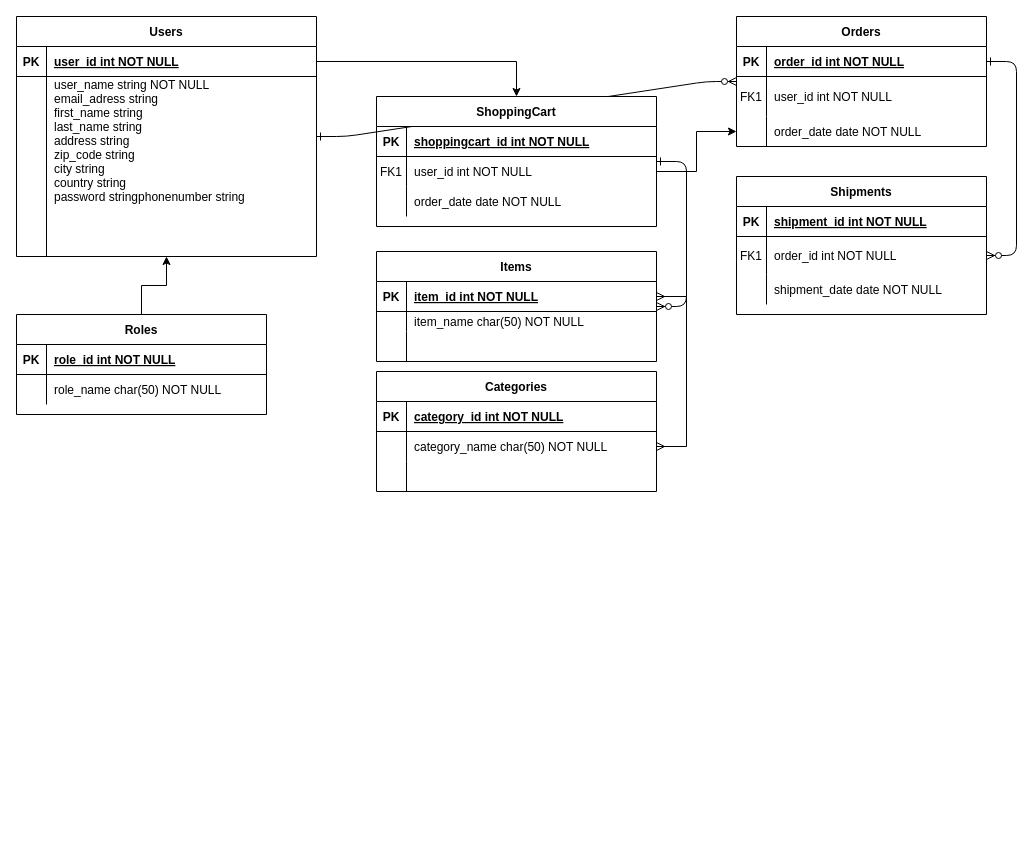
Before: Database Diagram.drawio in Saravasha/Lexicon_Project_Webshop_G10_G2, a draw.io diagram. Source tidied: cells renumbered, new cells numbered last; positions are measured from the earlier drawing's top-left corner, leaving out a move shared by most shapes. Both pictures are drawn from the tidied source at 100%, with x=0, y=0 at pixel (16, 16).
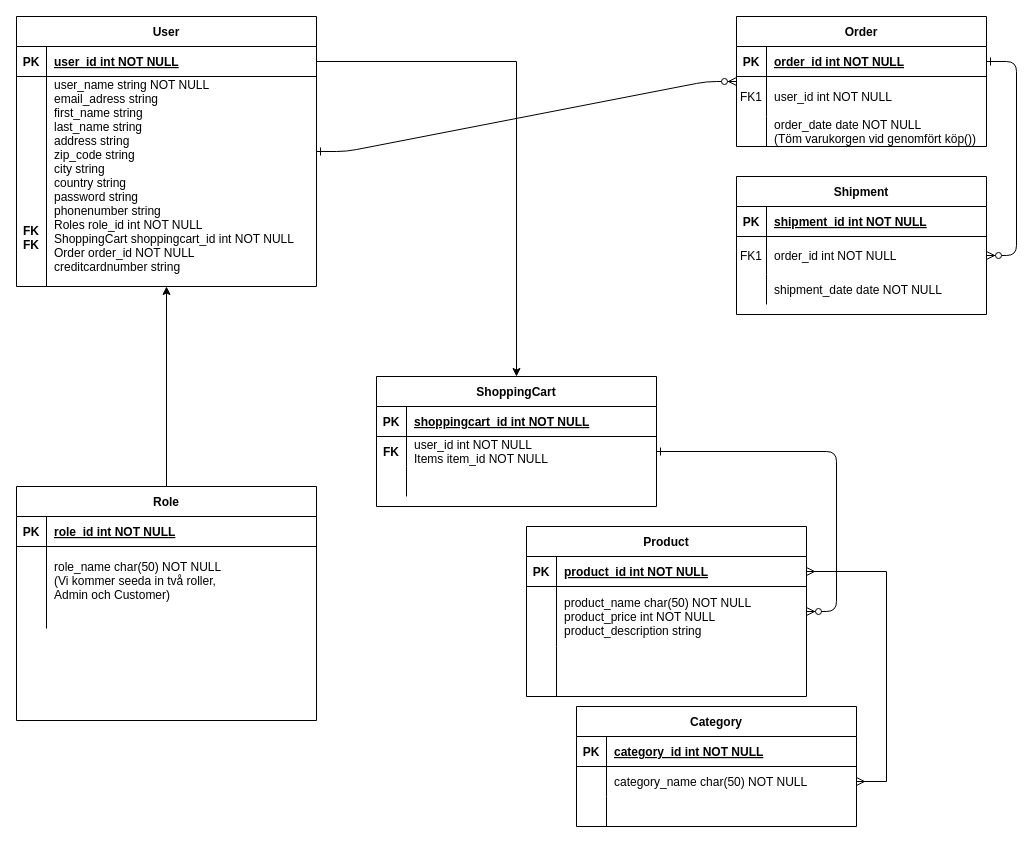
The same diagram, later.

Unchanged cells that the change refers to:
```xml
<mxCell id="11" style="shape=partialRectangle;fillColor=none;points=[[0,0.5],[1,0.5]];portConstraint=eastwest;top=0;left=0;right=0;bottom=0;" parent="4" vertex="1">
  <mxGeometry y="100" width="250" height="30" as="geometry" />
</mxCell>
<mxCell id="43" style="shape=partialRectangle;fillColor=none;points=[[0,0.5],[1,0.5]];portConstraint=eastwest;top=0;left=0;right=0;bottom=0;" parent="39" vertex="1">
  <mxGeometry y="60" width="280" height="30" as="geometry" />
</mxCell>
<mxCell id="46" style="shape=partialRectangle;fillColor=none;top=0;left=0;right=0;bottom=0;" parent="39" vertex="1">
  <mxGeometry y="90" width="280" height="30" as="geometry" />
</mxCell>
<mxCell id="50" style="shape=partialRectangle;fillColor=none;points=[[0,0.5],[1,0.5]];portConstraint=eastwest;top=0;left=0;right=0;bottom=1;" parent="49" vertex="1">
  <mxGeometry y="30" width="280" height="30" as="geometry" />
</mxCell>
```

What changed in the source:
```diff
@@
-    <mxCell id="4" value="Orders" style="shape=table;startSize=30;childLayout=tableLayout;rowLines=0;fontStyle=1;align=center;" parent="1" vertex="1">
+    <mxCell id="4" value="Order" style="shape=table;startSize=30;childLayout=tableLayout;rowLines=0;fontStyle=1;align=center;" parent="1" vertex="1">
       <mxGeometry x="720" width="250" height="130" as="geometry" />
     </mxCell>
@@
-    <mxCell id="13" value="order_date date NOT NULL" style="shape=partialRectangle;overflow=hidden;fillColor=none;top=0;left=0;bottom=0;right=0;align=left;spacingLeft=6;" parent="11" vertex="1">
+    <mxCell id="13" value="order_date date NOT NULL&#10;(Töm varukorgen vid genomfört köp())&#10;" style="shape=partialRectangle;overflow=hidden;fillColor=none;top=0;left=0;bottom=0;right=0;align=left;spacingLeft=6;" parent="11" vertex="1">
       <mxGeometry x="30" width="220" height="30" as="geometry" />
     </mxCell>
-    <mxCell id="14" value="Shipments" style="shape=table;startSize=30;childLayout=tableLayout;rowLines=0;fontStyle=1;align=center;" parent="1" vertex="1">
+    <mxCell id="14" value="Shipment" style="shape=table;startSize=30;childLayout=tableLayout;rowLines=0;fontStyle=1;align=center;" parent="1" vertex="1">
       <mxGeometry x="720" y="160" width="250" height="138" as="geometry" />
     </mxCell>
@@
-    <mxCell id="24" value="Users" style="shape=table;startSize=30;childLayout=tableLayout;rowLines=0;fontStyle=1;align=center;" parent="1" vertex="1">
-      <mxGeometry width="300" height="240" as="geometry" />
+    <mxCell id="24" value="User" style="shape=table;startSize=30;childLayout=tableLayout;rowLines=0;fontStyle=1;align=center;" parent="1" vertex="1">
+      <mxGeometry width="300" height="270" as="geometry" />
     </mxCell>
@@
     <mxCell id="28" style="shape=partialRectangle;fillColor=none;top=0;left=0;right=0;bottom=0;" parent="24" vertex="1">
-      <mxGeometry y="60" width="300" height="180" as="geometry" />
+      <mxGeometry y="60" width="300" height="210" as="geometry" />
     </mxCell>
-    <mxCell id="29" style="shape=partialRectangle;overflow=hidden;fillColor=none;top=0;left=0;bottom=0;right=0;" parent="28" vertex="1">
-      <mxGeometry width="30" height="180" as="geometry" />
+    <mxCell id="29" value="&#10;&#10;&#10;&#10;&#10;&#10;&#10;&#10;&#10;FK&#10;FK&#10;" style="shape=partialRectangle;overflow=hidden;fillColor=none;top=0;left=0;bottom=0;right=0;fontStyle=1;" parent="28" vertex="1">
+      <mxGeometry width="30" height="210" as="geometry" />
     </mxCell>
-    <mxCell id="30" value="user_name string NOT NULL&#10;email_adress string&#10;first_name string&#10;last_name string&#10;address string&#10;zip_code string&#10;city string&#10;country string&#10;password stringphonenumber string&#10;&#10;&#10;&#10;&#10;" style="shape=partialRectangle;overflow=hidden;fillColor=none;top=0;left=0;bottom=0;right=0;align=left;spacingLeft=6;" parent="28" vertex="1">
-      <mxGeometry x="30" width="270" height="180" as="geometry" />
+    <mxCell id="30" value="user_name string NOT NULL&#10;email_adress string&#10;first_name string&#10;last_name string&#10;address string&#10;zip_code string&#10;city string&#10;country string&#10;password string&#10;phonenumber string&#10;Roles role_id int NOT NULL&#10;ShoppingCart shoppingcart_id int NOT NULL&#10;Order order_id NOT NULL&#10;creditcardnumber string&#10;&#10;&#10;&#10;&#10;" style="shape=partialRectangle;overflow=hidden;fillColor=none;top=0;left=0;bottom=0;right=0;align=left;spacingLeft=6;" parent="28" vertex="1">
+      <mxGeometry x="30" width="270" height="210" as="geometry" />
     </mxCell>
@@
-    <mxCell id="32" value="Roles" style="shape=table;startSize=30;childLayout=tableLayout;rowLines=0;fontStyle=1;align=center;" parent="1" vertex="1">
-      <mxGeometry y="298" width="250" height="100" as="geometry" />
+    <mxCell id="32" value="Role" style="shape=table;startSize=30;childLayout=tableLayout;rowLines=0;fontStyle=1;align=center;" parent="1" vertex="1">
+      <mxGeometry y="470" width="300" height="234" as="geometry" />
     </mxCell>
     <mxCell id="33" style="shape=partialRectangle;fillColor=none;top=0;left=0;right=0;bottom=1;" parent="32" vertex="1">
-      <mxGeometry y="30" width="250" height="30" as="geometry" />
+      <mxGeometry y="30" width="300" height="30" as="geometry" />
     </mxCell>
@@
     <mxCell id="35" value="role_id int NOT NULL " style="shape=partialRectangle;overflow=hidden;fillColor=none;top=0;left=0;bottom=0;right=0;align=left;spacingLeft=6;fontStyle=5;" parent="33" vertex="1">
-      <mxGeometry x="30" width="220" height="30" as="geometry" />
+      <mxGeometry x="30" width="270" height="30" as="geometry" />
     </mxCell>
     <mxCell id="36" style="shape=partialRectangle;fillColor=none;top=0;left=0;right=0;bottom=0;" parent="32" vertex="1">
-      <mxGeometry y="60" width="250" height="30" as="geometry" />
+      <mxGeometry y="60" width="300" height="82" as="geometry" />
     </mxCell>
     <mxCell id="37" style="shape=partialRectangle;overflow=hidden;fillColor=none;top=0;left=0;bottom=0;right=0;" parent="36" vertex="1">
-      <mxGeometry width="30" height="30" as="geometry" />
+      <mxGeometry width="30" height="82" as="geometry" />
     </mxCell>
-    <mxCell id="38" value="role_name char(50) NOT NULL" style="shape=partialRectangle;overflow=hidden;fillColor=none;top=0;left=0;bottom=0;right=0;align=left;spacingLeft=6;" parent="36" vertex="1">
-      <mxGeometry x="30" width="220" height="30" as="geometry" />
+    <mxCell id="38" value="role_name char(50) NOT NULL&#10;(Vi kommer seeda in två roller, &#10;Admin och Customer)&#10;" style="shape=partialRectangle;overflow=hidden;fillColor=none;top=0;left=0;bottom=0;right=0;align=left;spacingLeft=6;" parent="36" vertex="1">
+      <mxGeometry x="30" width="270" height="82" as="geometry" />
     </mxCell>
     <mxCell id="39" value="ShoppingCart" style="shape=table;startSize=30;childLayout=tableLayout;rowLines=0;fontStyle=1;align=center;" parent="1" vertex="1">
-      <mxGeometry x="360" y="80" width="280" height="130" as="geometry" />
+      <mxGeometry x="360" y="360" width="280" height="130" as="geometry" />
     </mxCell>
@@
-    <mxCell id="44" value="FK1" style="shape=partialRectangle;overflow=hidden;fillColor=none;top=0;left=0;bottom=0;right=0;" parent="43" vertex="1">
+    <mxCell id="44" value="FK" style="shape=partialRectangle;overflow=hidden;fillColor=none;top=0;left=0;bottom=0;right=0;fontStyle=1;" parent="43" vertex="1">
       <mxGeometry width="30" height="30" as="geometry" />
     </mxCell>
-    <mxCell id="45" value="user_id int NOT NULL" style="shape=partialRectangle;overflow=hidden;fillColor=none;top=0;left=0;bottom=0;right=0;align=left;spacingLeft=6;" parent="43" vertex="1">
+    <mxCell id="45" value="user_id int NOT NULL&#10;Items item_id NOT NULL&#10;" style="shape=partialRectangle;overflow=hidden;fillColor=none;top=0;left=0;bottom=0;right=0;align=left;spacingLeft=6;" parent="43" vertex="1">
       <mxGeometry x="30" width="250" height="30" as="geometry" />
     </mxCell>
@@
-    <mxCell id="48" value="order_date date NOT NULL" style="shape=partialRectangle;overflow=hidden;fillColor=none;top=0;left=0;bottom=0;right=0;align=left;spacingLeft=6;" parent="46" vertex="1">
+    <mxCell id="48" style="shape=partialRectangle;overflow=hidden;fillColor=none;top=0;left=0;bottom=0;right=0;align=left;spacingLeft=6;" parent="46" vertex="1">
       <mxGeometry x="30" width="250" height="30" as="geometry" />
     </mxCell>
-    <mxCell id="49" value="Items" style="shape=table;startSize=30;childLayout=tableLayout;rowLines=0;fontStyle=1;align=center;" parent="1" vertex="1">
-      <mxGeometry x="360" y="235" width="280" height="110" as="geometry" />
+    <mxCell id="49" value="Product" style="shape=table;startSize=30;childLayout=tableLayout;rowLines=0;fontStyle=1;align=center;" parent="1" vertex="1">
+      <mxGeometry x="510" y="510" width="280" height="170" as="geometry" />
     </mxCell>
@@
-    <mxCell id="52" value="item_id int NOT NULL " style="shape=partialRectangle;overflow=hidden;fillColor=none;top=0;left=0;bottom=0;right=0;align=left;spacingLeft=6;fontStyle=5;" parent="50" vertex="1">
+    <mxCell id="52" value="product_id int NOT NULL " style="shape=partialRectangle;overflow=hidden;fillColor=none;top=0;left=0;bottom=0;right=0;align=left;spacingLeft=6;fontStyle=5;" parent="50" vertex="1">
       <mxGeometry x="30" width="250" height="30" as="geometry" />
     </mxCell>
     <mxCell id="53" style="shape=partialRectangle;fillColor=none;top=0;left=0;right=0;bottom=0;" parent="49" vertex="1">
-      <mxGeometry y="60" width="280" height="20" as="geometry" />
+      <mxGeometry y="60" width="280" height="60" as="geometry" />
     </mxCell>
     <mxCell id="54" style="shape=partialRectangle;overflow=hidden;fillColor=none;top=0;left=0;bottom=0;right=0;" parent="53" vertex="1">
-      <mxGeometry width="30" height="20" as="geometry" />
+      <mxGeometry width="30" height="60" as="geometry" />
     </mxCell>
-    <mxCell id="55" value="item_name char(50) NOT NULL" style="shape=partialRectangle;overflow=hidden;fillColor=none;top=0;left=0;bottom=0;right=0;align=left;spacingLeft=6;" parent="53" vertex="1">
-      <mxGeometry x="30" width="250" height="20" as="geometry" />
+    <mxCell id="55" value="product_name char(50) NOT NULL&#10;product_price int NOT NULL&#10;product_description string" style="shape=partialRectangle;overflow=hidden;fillColor=none;top=0;left=0;bottom=0;right=0;align=left;spacingLeft=6;" parent="53" vertex="1">
+      <mxGeometry x="30" width="250" height="60" as="geometry" />
     </mxCell>
     <mxCell id="56" style="shape=partialRectangle;fillColor=none;top=0;left=0;right=0;bottom=0;" parent="49" vertex="1">
-      <mxGeometry y="80" width="280" height="30" as="geometry" />
+      <mxGeometry y="120" width="280" height="50" as="geometry" />
     </mxCell>
     <mxCell id="57" style="shape=partialRectangle;overflow=hidden;fillColor=none;top=0;left=0;bottom=0;right=0;" parent="56" vertex="1">
-      <mxGeometry width="30" height="30" as="geometry" />
+      <mxGeometry width="30" height="50" as="geometry" />
     </mxCell>
     <mxCell id="58" style="shape=partialRectangle;overflow=hidden;fillColor=none;top=0;left=0;bottom=0;right=0;align=left;spacingLeft=6;" parent="56" vertex="1">
-      <mxGeometry x="30" width="250" height="30" as="geometry" />
+      <mxGeometry x="30" width="250" height="50" as="geometry" />
     </mxCell>
-    <mxCell id="59" value="Categories" style="shape=table;startSize=30;childLayout=tableLayout;rowLines=0;fontStyle=1;align=center;" parent="1" vertex="1">
-      <mxGeometry x="360" y="355" width="280" height="120" as="geometry" />
+    <mxCell id="59" value="Category" style="shape=table;startSize=30;childLayout=tableLayout;rowLines=0;fontStyle=1;align=center;" parent="1" vertex="1">
+      <mxGeometry x="560" y="690" width="280" height="120" as="geometry" />
     </mxCell>
@@
-    <mxCell id="71" style="edgeStyle=entityRelationEdgeStyle;endArrow=ERzeroToMany;startArrow=ERone;endFill=1;startFill=0;" parent="1" edge="1" source="39" target="49">
-      <mxGeometry relative="1" as="geometry" />
+    <mxCell id="71" style="edgeStyle=entityRelationEdgeStyle;endArrow=ERzeroToMany;startArrow=ERone;endFill=1;startFill=0;" parent="1" edge="1" source="43" target="49">
+      <mxGeometry x="0.02" y="130" relative="1" as="geometry" />
     </mxCell>
-    <mxCell id="72" style="edgeStyle=orthogonalEdgeStyle;rounded=0;jettySize=auto;html=1;" parent="1" edge="1" source="43" target="11">
-      <mxGeometry relative="1" as="geometry" />
-    </mxCell>
```
